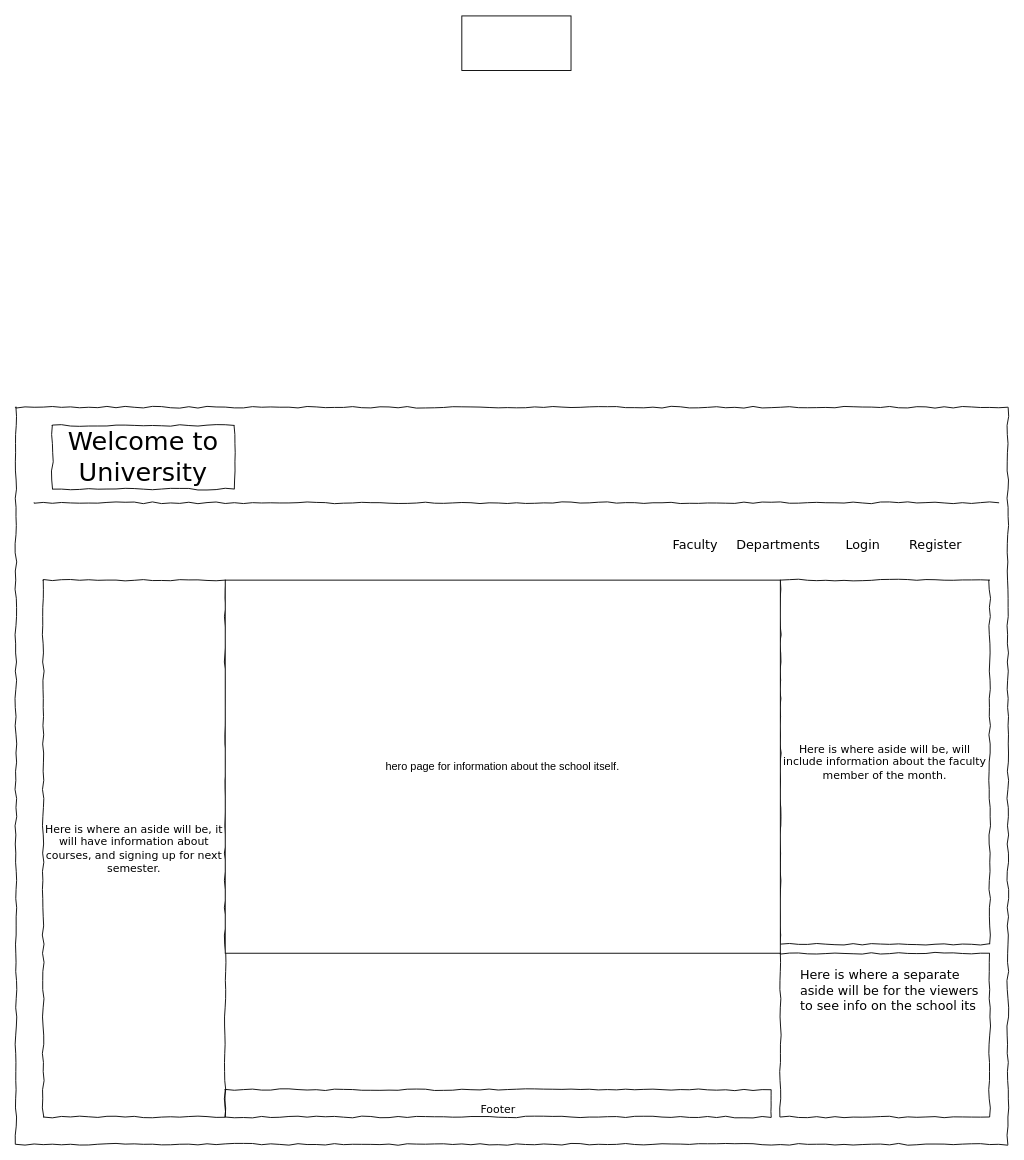
Above: Untitled Diagram.drawio in Prodigod/FullStack-Project (draw.io), before the change. Source tidied: cells renumbered, new cells numbered last; positions are measured from the earlier drawing's top-left corner, leaving out a move shared by most shapes. Both pictures are drawn from the tidied source at 91%, with x=0, y=0 at pixel (15, 15).
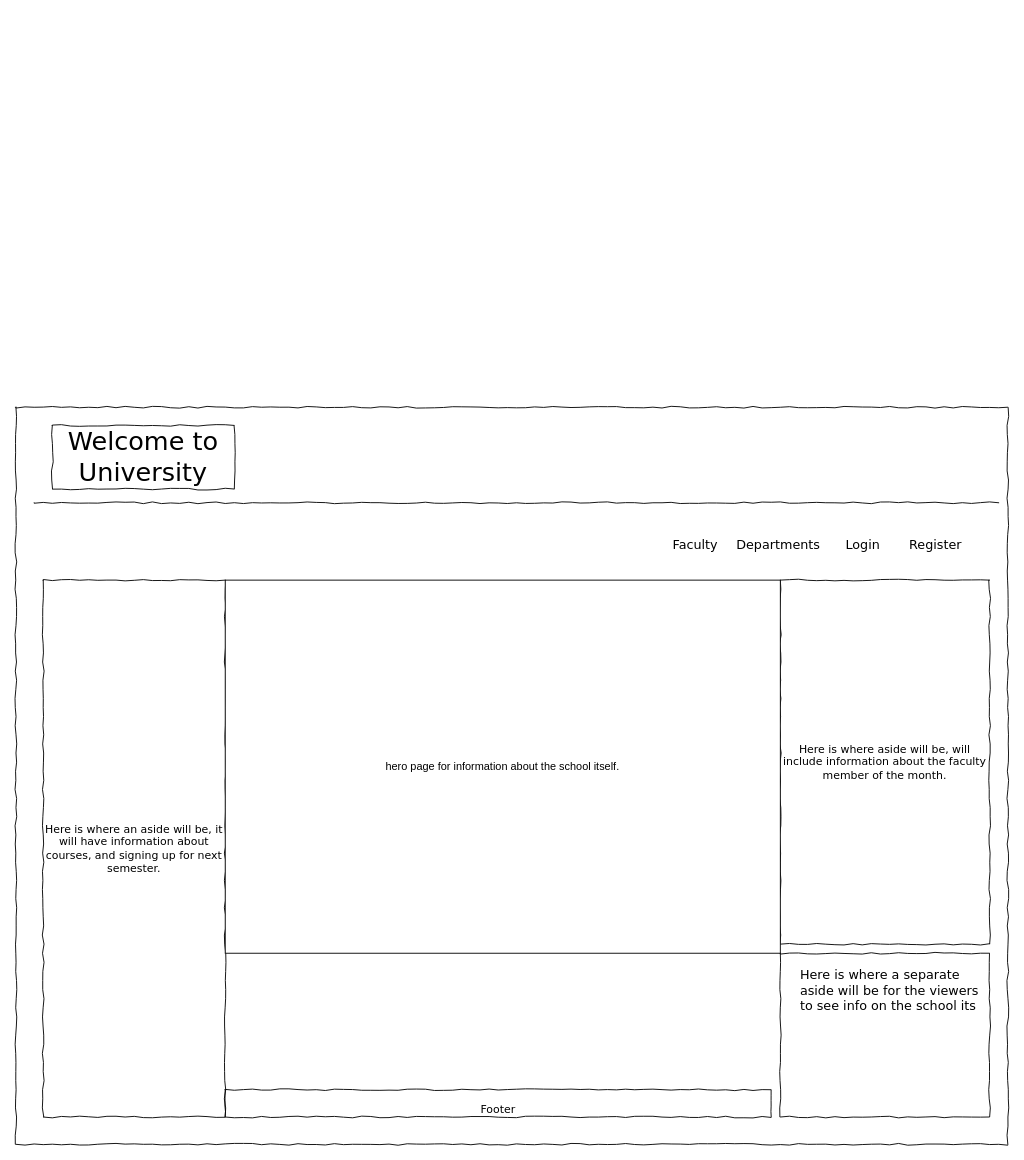
Above is the later version.

Commit message:
Landing Page

Diff of the diagram source:
```diff
@@
 <mxGraphModel>
   <root>
     <mxCell id="0" />
     <mxCell id="1" parent="0" />
     <mxCell id="2" style="whiteSpace=wrap;html=1;rounded=0;shadow=0;labelBackgroundColor=none;strokeColor=#000000;strokeWidth=1;fillColor=none;fontFamily=Verdana;fontSize=12;fontColor=#000000;align=center;comic=1;" parent="1" vertex="1">
       <mxGeometry y="430" width="1090" height="810" as="geometry" />
     </mxCell>
     <mxCell id="3" value="Welcome to University" style="whiteSpace=wrap;html=1;rounded=0;shadow=0;labelBackgroundColor=none;strokeWidth=1;fontFamily=Verdana;fontSize=28;align=center;comic=1;" parent="1" vertex="1">
       <mxGeometry x="40" y="450" width="200" height="70" as="geometry" />
     </mxCell>
     <mxCell id="4" value="Login" style="text;html=1;align=left;verticalAlign=top;spacingTop=-4;fontSize=14;fontFamily=Verdana;" parent="1" vertex="1">
       <mxGeometry x="910" y="570" width="60" height="20" as="geometry" />
     </mxCell>
     <mxCell id="5" value="Departments" style="text;html=1;align=left;verticalAlign=top;spacingTop=-4;fontSize=14;fontFamily=Verdana;" parent="1" vertex="1">
       <mxGeometry x="790" y="570" width="60" height="20" as="geometry" />
     </mxCell>
     <mxCell id="6" value="Faculty" style="text;html=1;align=left;verticalAlign=top;spacingTop=-4;fontSize=14;fontFamily=Verdana;" parent="1" vertex="1">
       <mxGeometry x="720" y="570" width="60" height="20" as="geometry" />
     </mxCell>
     <mxCell id="7" value="Register" style="text;html=1;align=left;verticalAlign=top;spacingTop=-4;fontSize=14;fontFamily=Verdana;" parent="1" vertex="1">
       <mxGeometry x="980" y="570" width="60" height="20" as="geometry" />
     </mxCell>
     <mxCell id="8" value="Here is where an aside will be, it will have information about courses, and signing up for next semester." style="whiteSpace=wrap;html=1;rounded=0;shadow=0;labelBackgroundColor=none;strokeWidth=1;fillColor=none;fontFamily=Verdana;fontSize=12;align=center;comic=1;" parent="1" vertex="1">
       <mxGeometry x="30" y="620" width="200" height="590" as="geometry" />
     </mxCell>
     <mxCell id="9" style="line;strokeWidth=1;html=1;rounded=0;shadow=0;labelBackgroundColor=none;fillColor=none;fontFamily=Verdana;fontSize=14;fontColor=#000000;align=center;comic=1;" parent="1" vertex="1">
       <mxGeometry x="20" y="530" width="1060" height="10" as="geometry" />
     </mxCell>
     <mxCell id="10" value="&lt;div style=&quot;text-align: justify&quot;&gt;Footer&lt;/div&gt;" style="whiteSpace=wrap;html=1;rounded=0;shadow=0;labelBackgroundColor=none;strokeWidth=1;fillColor=none;fontFamily=Verdana;fontSize=12;align=center;verticalAlign=top;spacing=10;comic=1;" parent="1" vertex="1">
       <mxGeometry x="230" y="1180" width="600" height="30" as="geometry" />
     </mxCell>
     <mxCell id="11" value="Here is where aside will be, will include information about the faculty member of the month." style="whiteSpace=wrap;html=1;rounded=0;shadow=0;labelBackgroundColor=none;strokeWidth=1;fillColor=none;fontFamily=Verdana;fontSize=12;align=center;comic=1;" parent="1" vertex="1">
       <mxGeometry x="840" y="620" width="230" height="400" as="geometry" />
     </mxCell>
     <mxCell id="12" style="whiteSpace=wrap;html=1;rounded=0;shadow=0;labelBackgroundColor=none;strokeWidth=1;fillColor=none;fontFamily=Verdana;fontSize=12;align=center;comic=1;" parent="1" vertex="1">
       <mxGeometry x="840" y="1030" width="230" height="180" as="geometry" />
     </mxCell>
     <mxCell id="13" value="Here is where a separate&lt;div&gt;aside will be for the viewers&lt;/div&gt;&lt;div&gt;to see info on the school its&lt;/div&gt;" style="text;html=1;align=left;verticalAlign=top;spacingTop=-4;fontSize=14;fontFamily=Verdana;" parent="1" vertex="1">
       <mxGeometry x="860" y="1043" width="170" height="20" as="geometry" />
     </mxCell>
     <mxCell id="14" value="hero page for information about the school itself." style="rounded=0;whiteSpace=wrap;html=1;" parent="1" vertex="1">
       <mxGeometry x="230" y="620" width="610" height="410" as="geometry" />
     </mxCell>
-    <mxCell id="15" style="rounded=0;whiteSpace=wrap;html=1;" parent="1" vertex="1">
-      <mxGeometry x="490" width="120" height="60" as="geometry" />
-    </mxCell>
   </root>
 </mxGraphModel>
```
